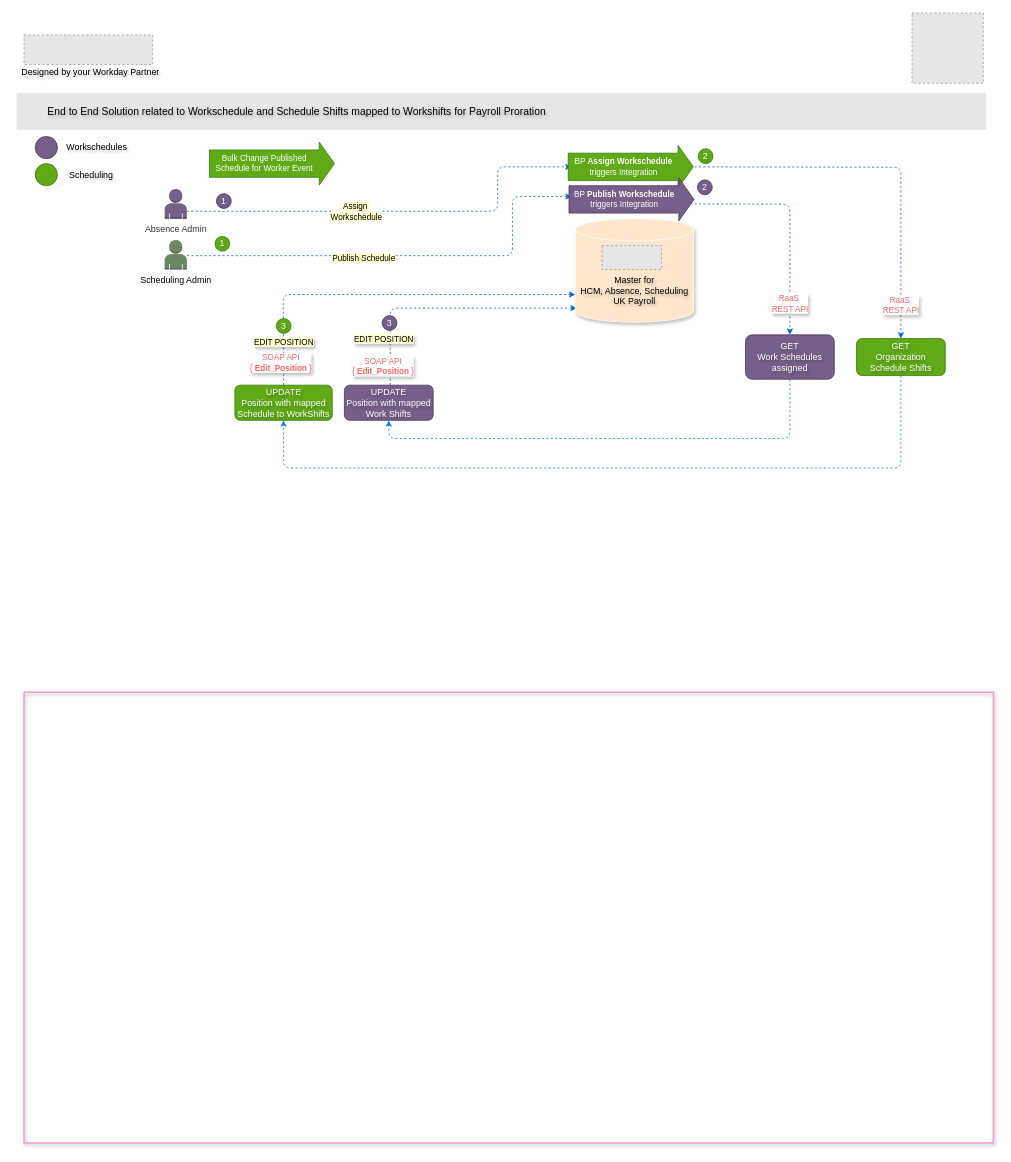
Above: Leonardo Hotels Boomerang v1.drawio in sandyaroma/sandyaroma (draw.io), before the change. Source tidied: cells renumbered, new cells numbered last; positions are measured from the earlier drawing's top-left corner, leaving out a move shared by most shapes. Both pictures are drawn from the tidied source at 74%, with x=0, y=0 at pixel (16, 13). Pictures stored in the file or linked from it are replaced by grey dashed boxes.
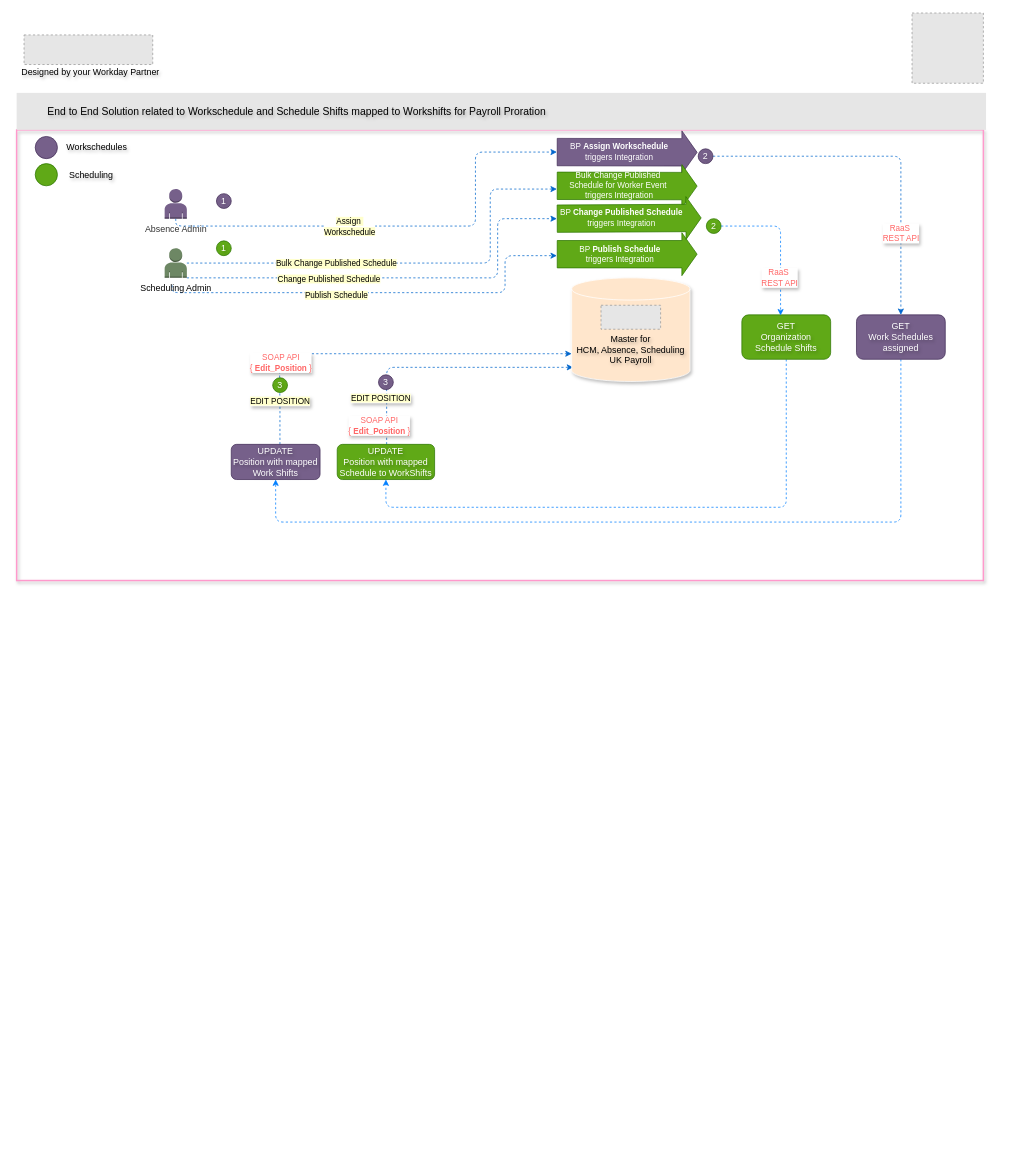
The same page after the edit.

Commit message:
Mettre à jour Leonardo Hotels Boomerang v1.drawio

Diff of the diagram source:
```diff
@@
-    <mxCell id="2" style="edgeStyle=orthogonalEdgeStyle;rounded=1;jettySize=auto;html=1;entryX=0;entryY=0;entryDx=0;entryDy=97.5;entryPerimeter=0;curved=0;dashed=1;strokeColor=#0066CC;" parent="1" edge="1" source="36">
+    <mxCell id="2" style="edgeStyle=orthogonalEdgeStyle;rounded=1;orthogonalLoop=1;jettySize=auto;html=1;entryX=0;entryY=0;entryDx=0;entryDy=97.5;entryPerimeter=0;curved=0;dashed=1;strokeColor=#0066CC;" parent="1" edge="1">
       <mxGeometry relative="1" as="geometry">
-        <mxPoint x="754.9" y="380.5" as="targetPoint" />
+        <mxPoint x="355.8" y="583" as="sourcePoint" />
+        <mxPoint x="750" y="460.5" as="targetPoint" />
         <Array as="points">
-          <mxPoint x="361" y="450" />
-          <mxPoint x="360" y="381" />
+          <mxPoint x="356.1" y="530" />
+          <mxPoint x="355.1" y="461" />
         </Array>
       </mxGeometry>
     </mxCell>
-    <mxCell id="3" style="edgeStyle=orthogonalEdgeStyle;rounded=1;jettySize=auto;html=1;entryX=0.013;entryY=0.828;entryDx=0;entryDy=0;entryPerimeter=0;curved=0;dashed=1;strokeColor=#0066CC;" parent="1" edge="1" source="11">
+    <mxCell id="3" style="edgeStyle=orthogonalEdgeStyle;rounded=1;orthogonalLoop=1;jettySize=auto;html=1;entryX=0.013;entryY=0.828;entryDx=0;entryDy=0;entryPerimeter=0;curved=0;dashed=1;strokeColor=#0066CC;" parent="1" edge="1">
       <mxGeometry relative="1" as="geometry">
-        <mxPoint x="756.9" y="398.9" as="targetPoint" />
+        <mxPoint x="500" y="583" as="sourcePoint" />
+        <mxPoint x="752" y="478.9" as="targetPoint" />
         <Array as="points">
-          <mxPoint x="504.9" y="399" />
+          <mxPoint x="500" y="479" />
         </Array>
       </mxGeometry>
     </mxCell>
     <mxCell id="4" style="rounded=0;whiteSpace=wrap;html=1;fillColor=none;strokeWidth=2;strokeColor=#FF99CC;shadow=1;textShadow=1;" parent="1" vertex="1">
-      <mxGeometry x="10" y="918" width="1310" height="609" as="geometry" />
+      <mxGeometry y="158" width="1306.4" height="609" as="geometry" />
     </mxCell>
-    <mxCell id="5" style="edgeStyle=orthogonalEdgeStyle;rounded=1;jettySize=auto;html=1;entryX=0.5;entryY=0;entryDx=0;entryDy=0;curved=0;dashed=1;strokeColor=#0066CC;" parent="1" edge="1" target="10">
-      <mxGeometry relative="1" as="geometry">
-        <mxPoint x="910" y="258" as="sourcePoint" />
-      </mxGeometry>
-    </mxCell>
-    <mxCell id="6" style="edgeStyle=orthogonalEdgeStyle;rounded=1;jettySize=auto;html=1;curved=0;dashed=1;strokeColor=#0066CC;" parent="1" edge="1" target="33">
-      <mxGeometry relative="1" as="geometry">
-        <mxPoint x="910" y="208" as="sourcePoint" />
-      </mxGeometry>
+    <mxCell id="6" style="edgeStyle=orthogonalEdgeStyle;rounded=1;jettySize=auto;html=1;curved=0;dashed=1;strokeColor=#0066CC;entryX=0.5;entryY=0;entryDx=0;entryDy=0;" parent="1" edge="1" source="44" target="10">
+      <mxGeometry relative="1" as="geometry" />
     </mxCell>
     <mxCell id="7" value="&lt;div&gt;&lt;br&gt;&lt;/div&gt;&lt;div&gt;&lt;br&gt;&lt;/div&gt;&lt;div&gt;&lt;span style=&quot;background-color: initial;&quot;&gt;Master for&lt;/span&gt;&lt;/div&gt;&lt;div&gt;&lt;span style=&quot;background-color: initial;&quot;&gt;HCM, Absence, Scheduling&lt;/span&gt;&lt;br&gt;&lt;/div&gt;&lt;div&gt;&lt;span style=&quot;background-color: initial;&quot;&gt;UK Payroll&lt;/span&gt;&lt;/div&gt;" style="shape=cylinder3;whiteSpace=wrap;html=1;boundedLbl=1;backgroundOutline=1;size=15;fillColor=#ffe6cc;strokeColor=#FFFFFF;shadow=1;textShadow=1;" parent="1" vertex="1">
-      <mxGeometry x="754.9" y="278" width="160" height="140" as="geometry" />
+      <mxGeometry x="750" y="358" width="160" height="140" as="geometry" />
     </mxCell>
     <mxCell id="8" style="fillColor=#E6E6E6;strokeColor=#999999;dashed=1;verticalLabelPosition=bottom;labelBackgroundColor=default;verticalAlign=top;" parent="1" vertex="1">
-      <mxGeometry x="791" y="314.4" width="80.5" height="32.4" as="geometry" />
+      <mxGeometry x="789.7" y="395" width="80.5" height="32.4" as="geometry" />
     </mxCell>
-    <mxCell id="9" style="edgeStyle=orthogonalEdgeStyle;rounded=1;jettySize=auto;html=1;entryX=0.5;entryY=1;entryDx=0;entryDy=0;curved=0;dashed=1;strokeColor=#007FFF;" parent="1" edge="1" source="10" target="11">
+    <mxCell id="9" style="edgeStyle=orthogonalEdgeStyle;rounded=1;jettySize=auto;html=1;curved=0;dashed=1;strokeColor=#007FFF;exitX=0.5;exitY=1;exitDx=0;exitDy=0;entryX=0.5;entryY=1;entryDx=0;entryDy=0;" parent="1" edge="1" source="10" target="11">
       <mxGeometry relative="1" as="geometry">
         <Array as="points">
-          <mxPoint x="1044.9" y="575" />
-          <mxPoint x="502.9" y="575" />
+          <mxPoint x="1195" y="688" />
+          <mxPoint x="350" y="688" />
         </Array>
       </mxGeometry>
     </mxCell>
     <mxCell id="10" value="GET&lt;div&gt;Work Schedules&lt;/div&gt;&lt;div&gt;assigned&lt;/div&gt;" style="rounded=1;whiteSpace=wrap;html=1;fillColor=#76608a;strokeColor=#432D57;textShadow=1;fontColor=#ffffff;" parent="1" vertex="1">
-      <mxGeometry x="984.9" y="435" width="120" height="60" as="geometry" />
+      <mxGeometry x="1134.9" y="408" width="120" height="60" as="geometry" />
     </mxCell>
-    <mxCell id="11" value="&lt;div&gt;UPDATE&lt;/div&gt;&lt;div&gt;Position with mapped&lt;/div&gt;Work Shifts" style="rounded=1;whiteSpace=wrap;html=1;fillColor=#76608a;strokeColor=#432D57;textShadow=1;fontColor=#ffffff;" parent="1" vertex="1">
-      <mxGeometry x="442.9" y="503" width="120" height="47.5" as="geometry" />
-    </mxCell>
@@
     <mxCell id="21" style="edgeStyle=orthogonalEdgeStyle;rounded=1;jettySize=auto;html=1;dashed=1;strokeColor=#0066CC;curved=0;" parent="1" edge="1" source="23">
       <mxGeometry relative="1" as="geometry">
-        <mxPoint x="750" y="208" as="targetPoint" />
+        <mxPoint x="730" y="188" as="targetPoint" />
         <Array as="points">
-          <mxPoint x="650" y="268" />
-          <mxPoint x="650" y="208" />
+          <mxPoint x="215" y="288" />
+          <mxPoint x="620" y="288" />
+          <mxPoint x="620" y="188" />
         </Array>
       </mxGeometry>
     </mxCell>
@@
-    <mxCell id="23" value="&lt;font style=&quot;color: rgb(51, 51, 51);&quot;&gt;Absence Admin&lt;/font&gt;" style="outlineConnect=0;dashed=0;verticalLabelPosition=bottom;verticalAlign=top;align=center;html=1;shape=mxgraph.aws3.user;fillColor=#76608a;strokeColor=#432D57;fontColor=#ffffff;" parent="1" vertex="1">
-      <mxGeometry x="200" y="238" width="30" height="40" as="geometry" />
-    </mxCell>
-    <mxCell id="24" value="&lt;font style=&quot;color: rgb(0, 0, 0);&quot;&gt;Scheduling Admin&lt;/font&gt;" style="outlineConnect=0;dashed=0;verticalLabelPosition=bottom;verticalAlign=top;align=center;html=1;shape=mxgraph.aws3.user;fillColor=#6d8764;strokeColor=#3A5431;fontColor=#ffffff;" parent="1" vertex="1">
-      <mxGeometry x="200" y="306.8" width="30" height="40" as="geometry" />
-    </mxCell>
     <mxCell id="25" value="3" style="ellipse;whiteSpace=wrap;html=1;fillColor=#76608a;strokeColor=#432D57;fontColor=#ffffff;align=center;verticalAlign=middle;fontFamily=Helvetica;fontSize=12;textShadow=1;" parent="1" vertex="1">
-      <mxGeometry x="493.9" y="409" width="20" height="20" as="geometry" />
+      <mxGeometry x="489" y="489" width="20" height="20" as="geometry" />
     </mxCell>
-    <mxCell id="26" value="&lt;font color=&quot;#ff6666&quot;&gt;RaaS&amp;nbsp;&lt;/font&gt;&lt;div&gt;&lt;font color=&quot;#ff6666&quot;&gt;REST API&lt;/font&gt;&lt;/div&gt;" style="edgeLabel;html=1;align=center;verticalAlign=middle;textShadow=1;" parent="1" vertex="1">
-      <mxGeometry x="1044.9" y="393.7" as="geometry">
-        <mxPoint y="-1" as="offset" />
-      </mxGeometry>
-    </mxCell>
-    <mxCell id="27" style="edgeStyle=orthogonalEdgeStyle;rounded=1;jettySize=auto;html=1;curved=0;dashed=1;strokeColor=#0066CC;" parent="1" edge="1" source="24">
+    <mxCell id="27" style="edgeStyle=orthogonalEdgeStyle;rounded=1;orthogonalLoop=1;jettySize=auto;html=1;curved=0;dashed=1;strokeColor=#0066CC;" parent="1" edge="1">
       <mxGeometry relative="1" as="geometry">
-        <mxPoint x="750" y="248" as="targetPoint" />
+        <mxPoint x="210" y="368" as="sourcePoint" />
+        <mxPoint x="730" y="328" as="targetPoint" />
         <Array as="points">
-          <mxPoint x="670" y="328" />
-          <mxPoint x="670" y="248" />
+          <mxPoint x="210" y="378" />
+          <mxPoint x="660" y="378" />
+          <mxPoint x="660" y="328" />
         </Array>
       </mxGeometry>
     </mxCell>
@@
-    <mxCell id="29" value="1" style="ellipse;whiteSpace=wrap;html=1;fillColor=#60a917;strokeColor=#2D7600;fontColor=#ffffff;align=center;verticalAlign=middle;fontFamily=Helvetica;fontSize=12;textShadow=1;" parent="1" vertex="1">
-      <mxGeometry x="268" y="302" width="20" height="20" as="geometry" />
-    </mxCell>
     <mxCell id="30" value="&lt;span style=&quot;background-color: rgb(255, 255, 204);&quot;&gt;EDIT POSITION&lt;/span&gt;" style="edgeLabel;html=1;align=center;verticalAlign=middle;textShadow=1;" parent="1" vertex="1">
-      <mxGeometry x="495.9" y="440" as="geometry" />
+      <mxGeometry x="491" y="520" as="geometry" />
     </mxCell>
     <mxCell id="31" value="&lt;font color=&quot;#ff6666&quot;&gt;SOAP API&lt;/font&gt;&lt;div&gt;&lt;font color=&quot;#ff6666&quot;&gt;{&amp;nbsp;&lt;b&gt;Edit_Position&amp;nbsp;&lt;/b&gt;}&lt;/font&gt;&lt;/div&gt;" style="edgeLabel;html=1;align=center;verticalAlign=middle;textShadow=1;" parent="1" vertex="1">
-      <mxGeometry x="308.8" y="460" as="geometry">
+      <mxGeometry x="303.9" y="540" as="geometry">
         <mxPoint x="186" y="17" as="offset" />
       </mxGeometry>
     </mxCell>
-    <mxCell id="32" style="edgeStyle=orthogonalEdgeStyle;rounded=1;jettySize=auto;html=1;entryX=0.5;entryY=1;entryDx=0;entryDy=0;curved=0;dashed=1;strokeColor=#007FFF;exitX=0.5;exitY=1;exitDx=0;exitDy=0;" parent="1" edge="1" source="33" target="36">
+    <mxCell id="32" style="edgeStyle=orthogonalEdgeStyle;rounded=1;jettySize=auto;html=1;curved=0;dashed=1;strokeColor=#007FFF;exitX=0.5;exitY=1;exitDx=0;exitDy=0;entryX=0.5;entryY=1;entryDx=0;entryDy=0;" parent="1" edge="1" source="33" target="36">
       <mxGeometry relative="1" as="geometry">
         <Array as="points">
-          <mxPoint x="1194.9" y="615" />
-          <mxPoint x="360.9" y="615" />
+          <mxPoint x="1040" y="668" />
+          <mxPoint x="499" y="668" />
         </Array>
       </mxGeometry>
     </mxCell>
     <mxCell id="33" value="GET&lt;div&gt;Organization Schedule Shifts&lt;/div&gt;" style="rounded=1;whiteSpace=wrap;html=1;fillColor=#60a917;strokeColor=#2D7600;textShadow=1;fontColor=#ffffff;" parent="1" vertex="1">
-      <mxGeometry x="1134.9" y="440" width="120" height="50" as="geometry" />
+      <mxGeometry x="980" y="408" width="120" height="60" as="geometry" />
     </mxCell>
     <mxCell id="34" value="&lt;font color=&quot;#ff6666&quot;&gt;RaaS&amp;nbsp;&lt;/font&gt;&lt;div&gt;&lt;font color=&quot;#ff6666&quot;&gt;REST API&lt;/font&gt;&lt;/div&gt;" style="edgeLabel;html=1;align=center;verticalAlign=middle;textShadow=1;" parent="1" vertex="1">
-      <mxGeometry x="1194.9" y="395" as="geometry">
+      <mxGeometry x="1194.9" y="298" as="geometry">
         <mxPoint y="-1" as="offset" />
       </mxGeometry>
     </mxCell>
     <mxCell id="35" value="2" style="ellipse;whiteSpace=wrap;html=1;fillColor=#60a917;strokeColor=#2D7600;fontColor=#ffffff;align=center;verticalAlign=middle;fontFamily=Helvetica;fontSize=12;textShadow=1;" parent="1" vertex="1">
-      <mxGeometry x="921" y="183.6" width="20" height="20" as="geometry" />
+      <mxGeometry x="932" y="278" width="20" height="20" as="geometry" />
     </mxCell>
-    <mxCell id="36" value="&lt;div&gt;UPDATE&lt;/div&gt;&lt;div&gt;Position with mapped&lt;/div&gt;Schedule to WorkShifts" style="rounded=1;whiteSpace=wrap;html=1;fillColor=#60a917;strokeColor=#2D7600;textShadow=1;fontColor=#ffffff;" parent="1" vertex="1">
-      <mxGeometry x="294.9" y="503" width="131.6" height="47.5" as="geometry" />
-    </mxCell>
     <mxCell id="37" value="3" style="ellipse;whiteSpace=wrap;html=1;fillColor=#60a917;strokeColor=#2D7600;fontColor=#ffffff;align=center;verticalAlign=middle;fontFamily=Helvetica;fontSize=12;textShadow=1;" parent="1" vertex="1">
-      <mxGeometry x="350.9" y="413" width="20" height="20" as="geometry" />
+      <mxGeometry x="346" y="493" width="20" height="20" as="geometry" />
     </mxCell>
@@
     <mxCell id="39" value="&lt;span style=&quot;background-color: rgb(255, 255, 204);&quot;&gt;EDIT POSITION&lt;/span&gt;" style="edgeLabel;html=1;align=center;verticalAlign=middle;textShadow=1;" parent="1" vertex="1">
-      <mxGeometry x="360.7" y="444" as="geometry" />
+      <mxGeometry x="355.7" y="524" as="geometry" />
     </mxCell>
     <mxCell id="40" style="shape=flexArrow;endArrow=classic;html=1;rounded=0;width=37;endSize=6.52;fillColor=#60a917;strokeColor=#2D7600;" parent="1" edge="1">
       <mxGeometry relative="1" as="geometry">
-        <mxPoint x="744.9" y="208" as="sourcePoint" />
-        <mxPoint x="914.9" y="208" as="targetPoint" />
+        <mxPoint x="730" y="326" as="sourcePoint" />
+        <mxPoint x="920" y="326" as="targetPoint" />
       </mxGeometry>
     </mxCell>
-    <mxCell id="41" value="&lt;font style=&quot;color: rgb(255, 255, 255);&quot;&gt;BP &lt;b&gt;Assign Workschedule&lt;/b&gt;&lt;/font&gt;&lt;div&gt;&lt;span&gt;&lt;font style=&quot;color: rgb(255, 255, 255);&quot;&gt;triggers Integration&lt;/font&gt;&lt;/span&gt;&lt;/div&gt;" style="edgeLabel;html=1;align=center;verticalAlign=middle;labelBackgroundColor=none;" parent="40" vertex="1">
+    <mxCell id="41" value="&lt;font style=&quot;color: rgb(255, 255, 255);&quot;&gt;BP&amp;nbsp;&lt;b&gt;Publish Schedule&lt;/b&gt;&lt;/font&gt;&lt;div&gt;&lt;font style=&quot;color: rgb(255, 255, 255);&quot;&gt;triggers Integration&lt;/font&gt;&lt;/div&gt;" style="edgeLabel;html=1;align=center;verticalAlign=middle;labelBackgroundColor=none;" parent="40" vertex="1">
       <mxGeometry x="-0.15" y="-7" relative="1" as="geometry">
         <mxPoint x="3" y="-8" as="offset" />
       </mxGeometry>
     </mxCell>
     <mxCell id="42" style="shape=flexArrow;endArrow=classic;html=1;rounded=0;width=37;endSize=6.52;fillColor=#76608a;strokeColor=#432D57;" parent="1" edge="1">
       <mxGeometry relative="1" as="geometry">
-        <mxPoint x="745.9" y="252" as="sourcePoint" />
-        <mxPoint x="915.9" y="252" as="targetPoint" />
+        <mxPoint x="730" y="188" as="sourcePoint" />
+        <mxPoint x="920" y="188.4" as="targetPoint" />
       </mxGeometry>
     </mxCell>
-    <mxCell id="43" value="&lt;font style=&quot;color: rgb(255, 255, 255);&quot;&gt;BP &lt;b&gt;Publish Workschedule&lt;/b&gt;&lt;/font&gt;&lt;div&gt;&lt;span&gt;&lt;font style=&quot;color: rgb(255, 255, 255);&quot;&gt;triggers Integration&lt;/font&gt;&lt;/span&gt;&lt;/div&gt;" style="edgeLabel;html=1;align=center;verticalAlign=middle;labelBackgroundColor=none;" parent="42" vertex="1">
+    <mxCell id="43" value="&lt;div&gt;&lt;font style=&quot;color: rgb(255, 255, 255);&quot;&gt;BP&amp;nbsp;&lt;b&gt;Assign Workschedule&lt;/b&gt;&lt;/font&gt;&lt;div&gt;&lt;font style=&quot;color: rgb(255, 255, 255);&quot;&gt;triggers Integration&lt;/font&gt;&lt;/div&gt;&lt;/div&gt;" style="edgeLabel;html=1;align=center;verticalAlign=middle;labelBackgroundColor=none;" parent="42" vertex="1">
       <mxGeometry x="-0.15" y="-7" relative="1" as="geometry">
         <mxPoint x="3" y="-8" as="offset" />
       </mxGeometry>
     </mxCell>
     <mxCell id="44" value="2" style="ellipse;whiteSpace=wrap;html=1;fillColor=#76608a;strokeColor=#432D57;fontColor=#ffffff;align=center;verticalAlign=middle;fontFamily=Helvetica;fontSize=12;textShadow=1;" parent="1" vertex="1">
-      <mxGeometry x="920" y="225.6" width="20" height="20" as="geometry" />
+      <mxGeometry x="921" y="183.6" width="20" height="20" as="geometry" />
     </mxCell>
     <mxCell id="45" style="shape=flexArrow;endArrow=classic;html=1;rounded=0;width=37;endSize=6.52;fillColor=#60a917;strokeColor=#2D7600;" parent="1" edge="1">
       <mxGeometry relative="1" as="geometry">
-        <mxPoint x="260" y="203.6" as="sourcePoint" />
-        <mxPoint x="430" y="203.6" as="targetPoint" />
+        <mxPoint x="730" y="233.6" as="sourcePoint" />
+        <mxPoint x="920" y="234" as="targetPoint" />
       </mxGeometry>
     </mxCell>
-    <mxCell id="46" value="&lt;span&gt;&lt;font style=&quot;color: rgb(255, 255, 255);&quot;&gt;Bulk Change Published&amp;nbsp;&lt;/font&gt;&lt;/span&gt;&lt;div&gt;&lt;span&gt;&lt;font style=&quot;color: rgb(255, 255, 255);&quot;&gt;Schedule for Worker Event&amp;nbsp;&lt;/font&gt;&lt;/span&gt;&lt;/div&gt;" style="edgeLabel;html=1;align=center;verticalAlign=middle;labelBackgroundColor=none;" parent="45" vertex="1">
+    <mxCell id="46" value="&lt;span&gt;&lt;font style=&quot;color: rgb(255, 255, 255);&quot;&gt;Bulk Change Published&amp;nbsp;&lt;/font&gt;&lt;/span&gt;&lt;div&gt;&lt;span&gt;&lt;font style=&quot;color: rgb(255, 255, 255);&quot;&gt;Schedule for Worker Event&amp;nbsp;&lt;/font&gt;&lt;/span&gt;&lt;/div&gt;&lt;div&gt;&lt;span&gt;&lt;font style=&quot;color: rgb(255, 255, 255);&quot;&gt;triggers Integration&lt;/font&gt;&lt;/span&gt;&lt;/div&gt;" style="edgeLabel;html=1;align=center;verticalAlign=middle;labelBackgroundColor=none;" parent="45" vertex="1">
       <mxGeometry x="-0.15" y="-7" relative="1" as="geometry">
         <mxPoint x="3" y="-8" as="offset" />
       </mxGeometry>
     </mxCell>
+    <mxCell id="47" style="edgeStyle=orthogonalEdgeStyle;rounded=1;jettySize=auto;html=1;curved=0;dashed=1;strokeColor=#0066CC;" parent="1" edge="1" source="24">
+      <mxGeometry relative="1" as="geometry">
+        <mxPoint x="730" y="278" as="targetPoint" />
+        <Array as="points">
+          <mxPoint x="650" y="358" />
+          <mxPoint x="650" y="278" />
+        </Array>
+      </mxGeometry>
+    </mxCell>
+    <mxCell id="48" value="&lt;span style=&quot;background-color: rgb(255, 255, 204);&quot;&gt;Change Published Schedule&lt;/span&gt;" style="edgeLabel;html=1;align=center;verticalAlign=middle;" parent="47" vertex="1">
+      <mxGeometry x="-0.34" y="-1" relative="1" as="geometry" />
+    </mxCell>
+    <mxCell id="49" style="edgeStyle=orthogonalEdgeStyle;rounded=1;jettySize=auto;html=1;curved=0;dashed=1;strokeColor=#0066CC;" parent="1" edge="1" source="24">
+      <mxGeometry relative="1" as="geometry">
+        <mxPoint x="730" y="238" as="targetPoint" />
+        <Array as="points">
+          <mxPoint x="640" y="338" />
+          <mxPoint x="640" y="238" />
+        </Array>
+      </mxGeometry>
+    </mxCell>
+    <mxCell id="50" value="&lt;span&gt;Bulk Change Published Schedule&lt;/span&gt;" style="edgeLabel;html=1;align=center;verticalAlign=middle;labelBackgroundColor=#FFFFCC;" parent="49" vertex="1">
+      <mxGeometry x="-0.33" relative="1" as="geometry" />
+    </mxCell>
+    <mxCell id="24" value="&lt;font style=&quot;color: rgb(0, 0, 0);&quot;&gt;Scheduling Admin&lt;/font&gt;" style="outlineConnect=0;dashed=0;verticalLabelPosition=bottom;verticalAlign=top;align=center;html=1;shape=mxgraph.aws3.user;fillColor=#6d8764;strokeColor=#3A5431;fontColor=#ffffff;" parent="1" vertex="1">
+      <mxGeometry x="200" y="318" width="30" height="40" as="geometry" />
+    </mxCell>
+    <mxCell id="51" style="shape=flexArrow;endArrow=classic;html=1;rounded=0;width=37;endSize=6.52;fillColor=#60a917;strokeColor=#2D7600;" parent="1" edge="1">
+      <mxGeometry relative="1" as="geometry">
+        <mxPoint x="730" y="278" as="sourcePoint" />
+        <mxPoint x="925.5" y="277" as="targetPoint" />
+      </mxGeometry>
+    </mxCell>
+    <mxCell id="52" value="&lt;font style=&quot;color: rgb(255, 255, 255);&quot;&gt;BP &lt;b&gt;Change Published Schedule&lt;/b&gt;&lt;/font&gt;&lt;div&gt;&lt;span&gt;&lt;font style=&quot;color: rgb(255, 255, 255);&quot;&gt;triggers Integration&lt;/font&gt;&lt;/span&gt;&lt;/div&gt;" style="edgeLabel;html=1;align=center;verticalAlign=middle;labelBackgroundColor=none;" parent="51" vertex="1">
+      <mxGeometry x="-0.15" y="-7" relative="1" as="geometry">
+        <mxPoint x="3" y="-8" as="offset" />
+      </mxGeometry>
+    </mxCell>
+    <mxCell id="53" style="edgeStyle=orthogonalEdgeStyle;rounded=1;jettySize=auto;html=1;entryX=0.436;entryY=0.012;entryDx=0;entryDy=0;entryPerimeter=0;curved=0;dashed=1;strokeColor=#007FFF;" parent="1" edge="1" source="35" target="33">
+      <mxGeometry relative="1" as="geometry" />
+    </mxCell>
+    <mxCell id="26" value="&lt;font color=&quot;#ff6666&quot;&gt;RaaS&amp;nbsp;&lt;/font&gt;&lt;div&gt;&lt;font color=&quot;#ff6666&quot;&gt;REST API&lt;/font&gt;&lt;/div&gt;" style="edgeLabel;html=1;align=center;verticalAlign=middle;textShadow=1;" parent="1" vertex="1">
+      <mxGeometry x="1030" y="358" as="geometry">
+        <mxPoint y="-1" as="offset" />
+      </mxGeometry>
+    </mxCell>
+    <mxCell id="29" value="1" style="ellipse;whiteSpace=wrap;html=1;fillColor=#60a917;strokeColor=#2D7600;fontColor=#ffffff;align=center;verticalAlign=middle;fontFamily=Helvetica;fontSize=12;textShadow=1;" parent="1" vertex="1">
+      <mxGeometry x="270" y="308" width="20" height="20" as="geometry" />
+    </mxCell>
+    <mxCell id="23" value="&lt;font style=&quot;color: rgb(51, 51, 51);&quot;&gt;Absence Admin&lt;/font&gt;" style="outlineConnect=0;dashed=0;verticalLabelPosition=bottom;verticalAlign=top;align=center;html=1;shape=mxgraph.aws3.user;fillColor=#76608a;strokeColor=#432D57;fontColor=#ffffff;" parent="1" vertex="1">
+      <mxGeometry x="200" y="238" width="30" height="40" as="geometry" />
+    </mxCell>
+    <mxCell id="11" value="&lt;div&gt;UPDATE&lt;/div&gt;&lt;div&gt;Position with mapped&lt;/div&gt;Work Shifts" style="rounded=1;whiteSpace=wrap;html=1;fillColor=#76608a;strokeColor=#432D57;textShadow=1;fontColor=#ffffff;" parent="1" vertex="1">
+      <mxGeometry x="290" y="583" width="120" height="47.5" as="geometry" />
+    </mxCell>
+    <mxCell id="36" value="&lt;div&gt;UPDATE&lt;/div&gt;&lt;div&gt;Position with mapped&lt;/div&gt;Schedule to WorkShifts" style="rounded=1;whiteSpace=wrap;html=1;fillColor=#60a917;strokeColor=#2D7600;textShadow=1;fontColor=#ffffff;" parent="1" vertex="1">
+      <mxGeometry x="433.2" y="583" width="131.6" height="47.5" as="geometry" />
+    </mxCell>
```
